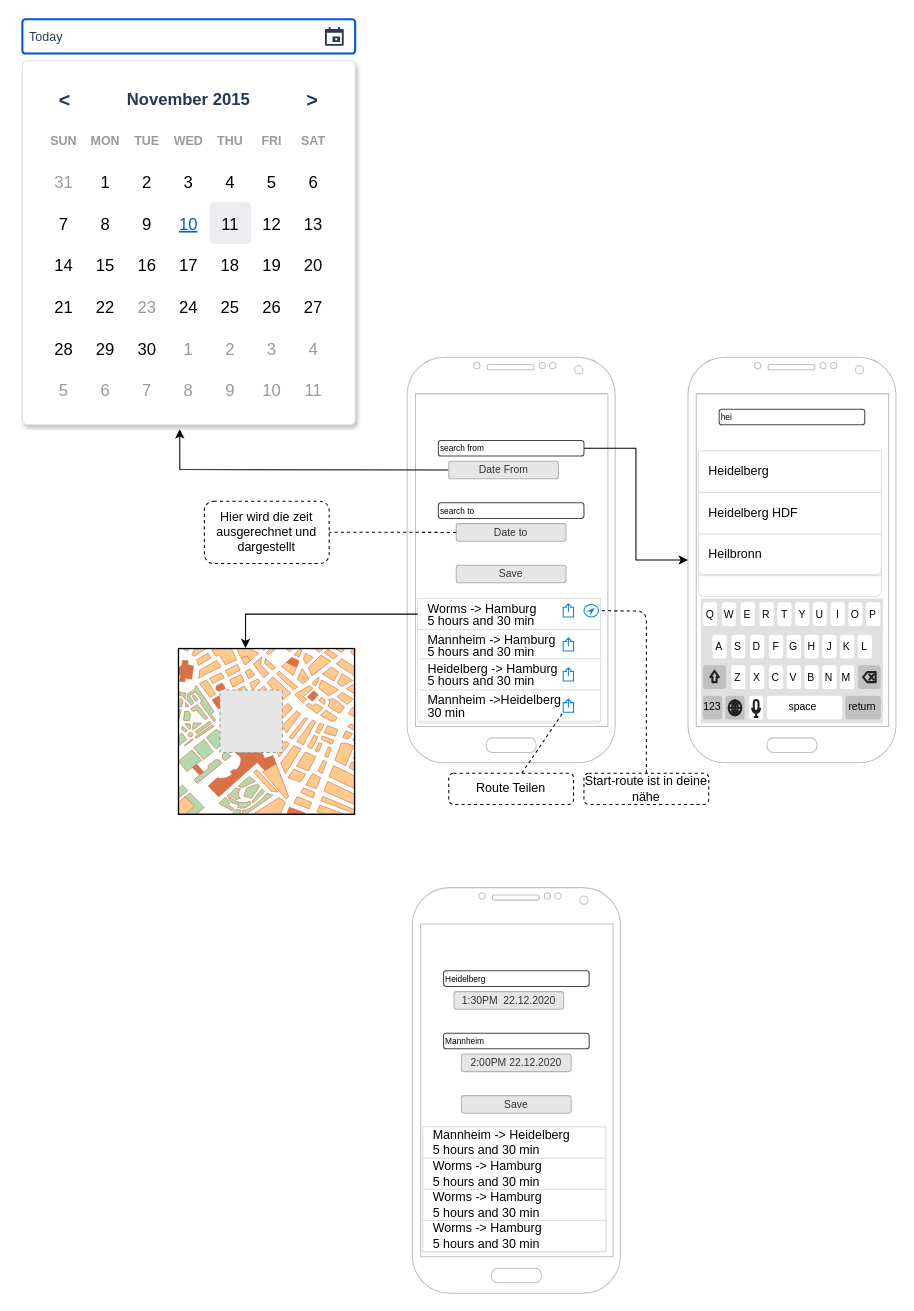
Before: routeRider.drawio in taioo/route-rider, a draw.io diagram. Source tidied: cells renumbered, new cells numbered last; positions are measured from the earlier drawing's top-left corner, leaving out a move shared by most shapes. Both pictures are drawn from the tidied source at 104%, with x=0, y=0 at pixel (22, 19). Pictures stored in the file or linked from it are replaced by grey dashed boxes.
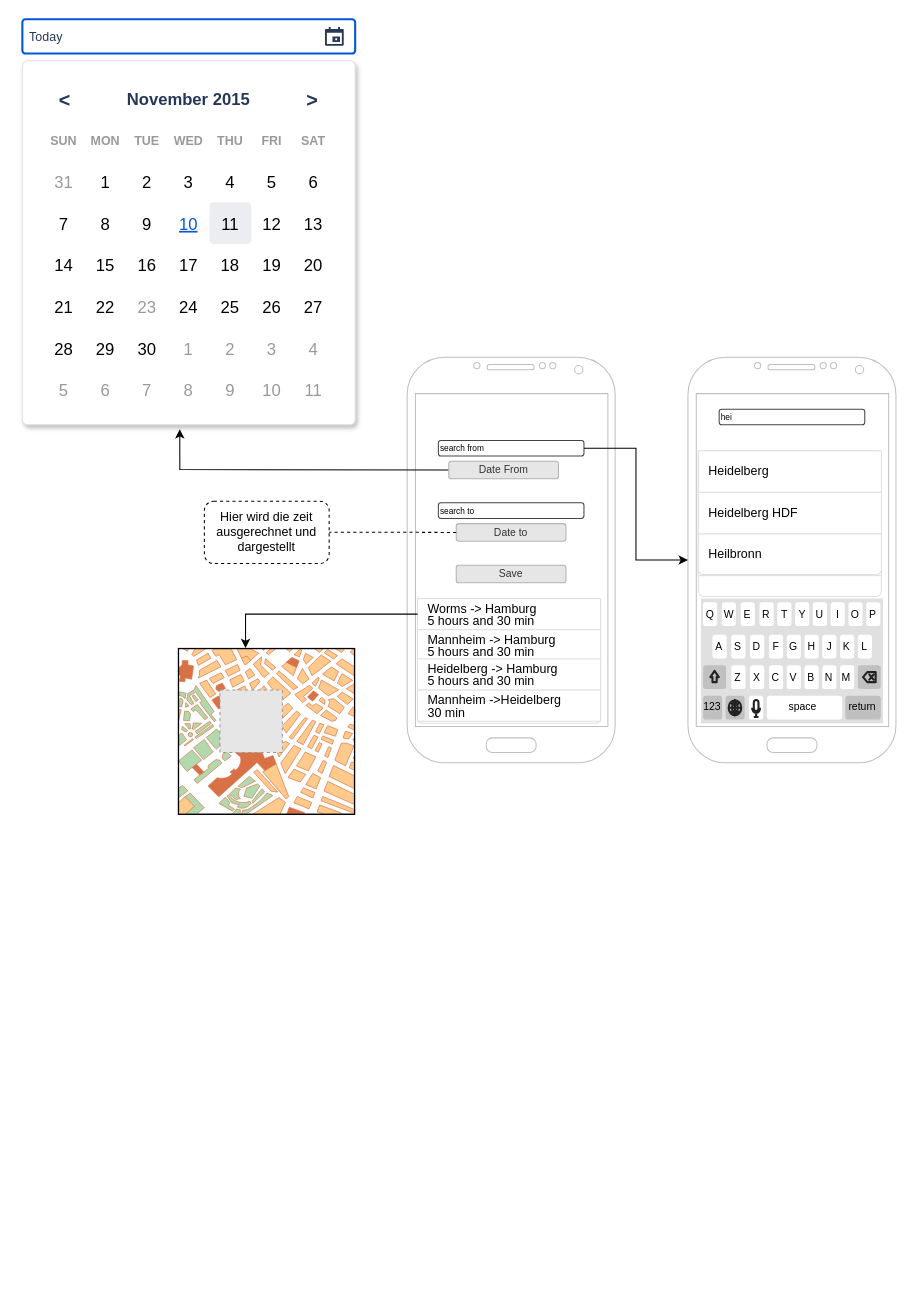
The same diagram, later.

The change refers to these unchanged cells:
```xml
<mxCell id="9" style="html=1;shadow=0;dashed=0;shape=mxgraph.bootstrap.rrect;rSize=5;strokeColor=#DFDFDF;html=1;whiteSpace=wrap;fillColor=#FFFFFF;fontColor=#000000;" parent="1" vertex="1">
  <mxGeometry x="380" y="557" width="176" height="120" as="geometry" />
</mxCell>
```

The edit, as a diff of the source:
```diff
@@
-    <mxCell id="12" style="html=1;verticalLabelPosition=bottom;align=center;labelBackgroundColor=#ffffff;verticalAlign=top;strokeWidth=1;strokeColor=#0080F0;shadow=0;dashed=0;shape=mxgraph.ios7.icons.location_2;" parent="9" vertex="1">
-      <mxGeometry x="160" y="5.8" width="14" height="12" as="geometry" />
-    </mxCell>
@@
-    <mxCell id="15" style="html=1;verticalLabelPosition=bottom;align=center;labelBackgroundColor=#ffffff;verticalAlign=top;strokeWidth=1;strokeColor=#0080F0;shadow=0;dashed=0;shape=mxgraph.ios7.icons.share;" parent="9" vertex="1">
-      <mxGeometry x="140" y="5.2" width="10" height="12.5" as="geometry" />
-    </mxCell>
-    <mxCell id="16" style="html=1;verticalLabelPosition=bottom;align=center;labelBackgroundColor=#ffffff;verticalAlign=top;strokeWidth=1;strokeColor=#0080F0;shadow=0;dashed=0;shape=mxgraph.ios7.icons.share;" parent="9" vertex="1">
-      <mxGeometry x="140" y="38" width="10" height="12.5" as="geometry" />
-    </mxCell>
-    <mxCell id="17" style="html=1;verticalLabelPosition=bottom;align=center;labelBackgroundColor=#ffffff;verticalAlign=top;strokeWidth=1;strokeColor=#0080F0;shadow=0;dashed=0;shape=mxgraph.ios7.icons.share;" parent="9" vertex="1">
-      <mxGeometry x="140" y="66.8" width="10" height="12.5" as="geometry" />
-    </mxCell>
-    <mxCell id="18" style="html=1;verticalLabelPosition=bottom;align=center;labelBackgroundColor=#ffffff;verticalAlign=top;strokeWidth=1;strokeColor=#0080F0;shadow=0;dashed=0;shape=mxgraph.ios7.icons.share;" parent="9" vertex="1">
-      <mxGeometry x="140" y="96.8" width="10" height="12.5" as="geometry" />
-    </mxCell>
@@
-    <mxCell id="87" style="rounded=0;whiteSpace=wrap;html=1;" parent="1" vertex="1">
-      <mxGeometry x="380" y="865" width="190" height="330" as="geometry" />
-    </mxCell>
-    <mxCell id="88" style="verticalLabelPosition=bottom;verticalAlign=top;html=1;shadow=0;dashed=0;strokeWidth=1;shape=mxgraph.android.phone2;strokeColor=#c0c0c0;" parent="1" vertex="1">
-      <mxGeometry x="375" y="835" width="200" height="390" as="geometry" />
-    </mxCell>
-    <mxCell id="89" value="Heidelberg" style="strokeWidth=1;html=1;shadow=0;dashed=0;shape=mxgraph.ios.iTextInput;strokeColor=#444444;buttonText=;fontSize=8;whiteSpace=wrap;align=left;" parent="1" vertex="1">
-      <mxGeometry x="405" y="915" width="140" height="15" as="geometry" />
-    </mxCell>
-    <mxCell id="90" value="Mannheim" style="strokeWidth=1;html=1;shadow=0;dashed=0;shape=mxgraph.ios.iTextInput;strokeColor=#444444;buttonText=;fontSize=8;whiteSpace=wrap;align=left;" parent="1" vertex="1">
-      <mxGeometry x="405" y="975" width="140" height="15" as="geometry" />
-    </mxCell>
-    <mxCell id="91" style="html=1;shadow=0;dashed=0;shape=mxgraph.bootstrap.rrect;rSize=5;strokeColor=#DFDFDF;html=1;whiteSpace=wrap;fillColor=#FFFFFF;fontColor=#000000;" parent="1" vertex="1">
-      <mxGeometry x="385" y="1065" width="176" height="120" as="geometry" />
-    </mxCell>
-    <mxCell id="92" value="Worms -&amp;gt; Hamburg&amp;nbsp;&lt;br&gt;5 hours and 30 min" style="strokeColor=inherit;fillColor=inherit;gradientColor=inherit;fontColor=inherit;html=1;shadow=0;dashed=0;perimeter=none;whiteSpace=wrap;align=left;spacing=10;" parent="91" vertex="1">
-      <mxGeometry width="176" height="30" relative="1" as="geometry">
-        <mxPoint y="60" as="offset" />
-      </mxGeometry>
-    </mxCell>
-    <mxCell id="93" style="strokeColor=inherit;fillColor=inherit;gradientColor=inherit;fontColor=inherit;html=1;shadow=0;dashed=0;perimeter=none;whiteSpace=wrap;align=left;spacing=10;" parent="91" vertex="1">
-      <mxGeometry width="176" height="30" relative="1" as="geometry">
-        <mxPoint y="90" as="offset" />
-      </mxGeometry>
-    </mxCell>
-    <mxCell id="94" value="Worms -&amp;gt; Hamburg&amp;nbsp;&lt;br&gt;5 hours and 30 min" style="strokeColor=inherit;fillColor=inherit;gradientColor=inherit;fontColor=inherit;html=1;shadow=0;dashed=0;perimeter=none;whiteSpace=wrap;align=left;spacing=10;" parent="91" vertex="1">
-      <mxGeometry y="90" width="176" height="30" as="geometry" />
-    </mxCell>
-    <mxCell id="95" value="Worms -&amp;gt; Hamburg&amp;nbsp;&lt;br&gt;5 hours and 30 min" style="strokeColor=inherit;fillColor=inherit;gradientColor=inherit;fontColor=inherit;html=1;shadow=0;dashed=0;perimeter=none;whiteSpace=wrap;align=left;spacing=10;" parent="91" vertex="1">
-      <mxGeometry y="30" width="176" height="30" as="geometry" />
-    </mxCell>
-    <mxCell id="96" value="Mannheim -&amp;gt; Heidelberg&amp;nbsp;&lt;br&gt;5 hours and 30 min" style="strokeColor=inherit;fillColor=inherit;gradientColor=inherit;fontColor=inherit;html=1;shadow=0;dashed=0;perimeter=none;whiteSpace=wrap;align=left;spacing=10;" parent="91" vertex="1">
-      <mxGeometry width="176" height="30" as="geometry" />
-    </mxCell>
-    <mxCell id="97" value="Save" style="rounded=1;html=1;shadow=0;dashed=0;whiteSpace=wrap;fontSize=10;fillColor=#E6E6E6;align=center;strokeColor=#B3B3B3;fontColor=#333333;" parent="1" vertex="1">
-      <mxGeometry x="422.2" y="1035" width="105.5" height="16.9" as="geometry" />
-    </mxCell>
-    <mxCell id="98" value="1:30PM &amp;nbsp;22.12.2020" style="rounded=1;html=1;shadow=0;dashed=0;whiteSpace=wrap;fontSize=10;fillColor=#E6E6E6;align=center;strokeColor=#B3B3B3;fontColor=#333333;" parent="1" vertex="1">
-      <mxGeometry x="415" y="935" width="105.5" height="16.9" as="geometry" />
-    </mxCell>
-    <mxCell id="99" value="2:00PM 22.12.2020" style="rounded=1;html=1;shadow=0;dashed=0;whiteSpace=wrap;fontSize=10;fillColor=#E6E6E6;align=center;strokeColor=#B3B3B3;fontColor=#333333;" parent="1" vertex="1">
-      <mxGeometry x="422.2" y="995" width="105.5" height="16.9" as="geometry" />
-    </mxCell>
@@
-    <mxCell id="103" value="Start-route ist in deine nähe" style="rounded=1;whiteSpace=wrap;html=1;dashed=1;" parent="1" vertex="1">
-      <mxGeometry x="540" y="725" width="120" height="30" as="geometry" />
-    </mxCell>
-    <mxCell id="104" style="endArrow=none;html=1;exitX=0.5;exitY=0;exitDx=0;exitDy=0;dashed=1;endFill=0;entryX=1.01;entryY=0.5;entryDx=0;entryDy=0;entryPerimeter=0;" parent="1" edge="1" source="103" target="12">
-      <mxGeometry relative="1" as="geometry">
-        <Array as="points">
-          <mxPoint x="600" y="569" />
-        </Array>
-      </mxGeometry>
-    </mxCell>
-    <mxCell id="105" value="Route Teilen" style="rounded=1;whiteSpace=wrap;html=1;dashed=1;" parent="1" vertex="1">
-      <mxGeometry x="410" y="725" width="120" height="30" as="geometry" />
-    </mxCell>
-    <mxCell id="106" style="endArrow=none;html=1;dashed=1;endFill=0;entryX=-0.061;entryY=1.087;entryDx=0;entryDy=0;entryPerimeter=0;" parent="1" edge="1" source="105" target="18">
-      <mxGeometry relative="1" as="geometry" />
-    </mxCell>
```
